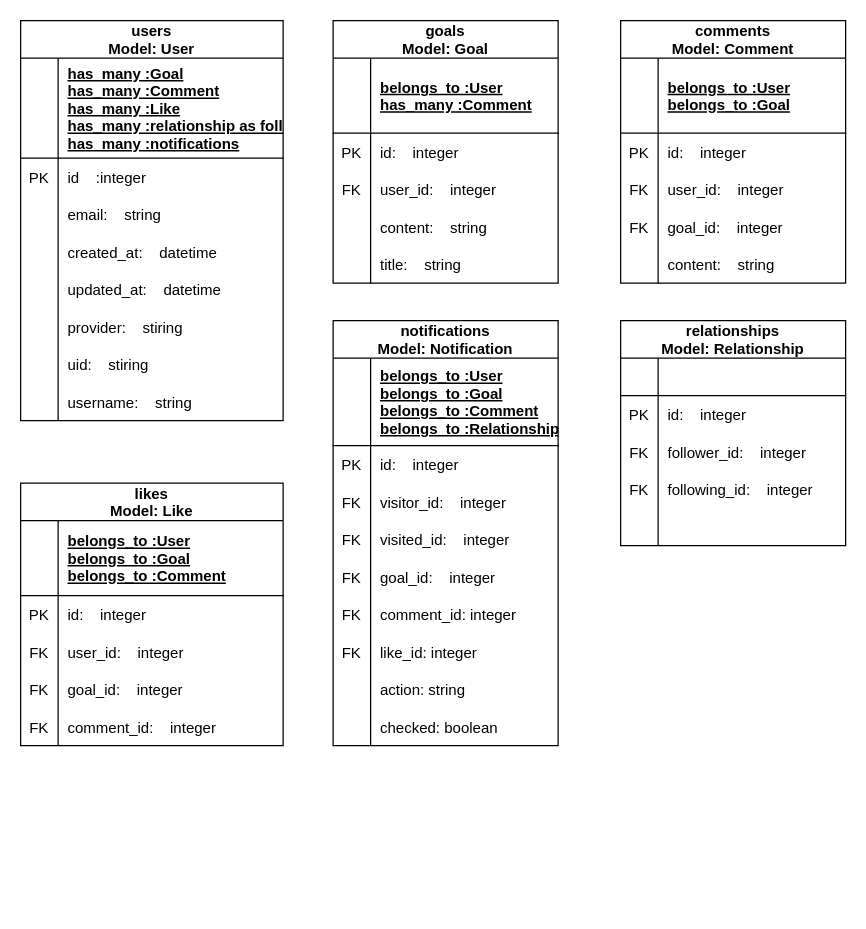
Earlier version of the draw.io diagram er.dio (kisshan62/portfolio_app). Source tidied: cells renumbered, new cells numbered last; positions are measured from the earlier drawing's top-left corner, leaving out a move shared by most shapes. Both pictures are drawn from the tidied source at 125%, with x=0, y=0 at pixel (20, 20).
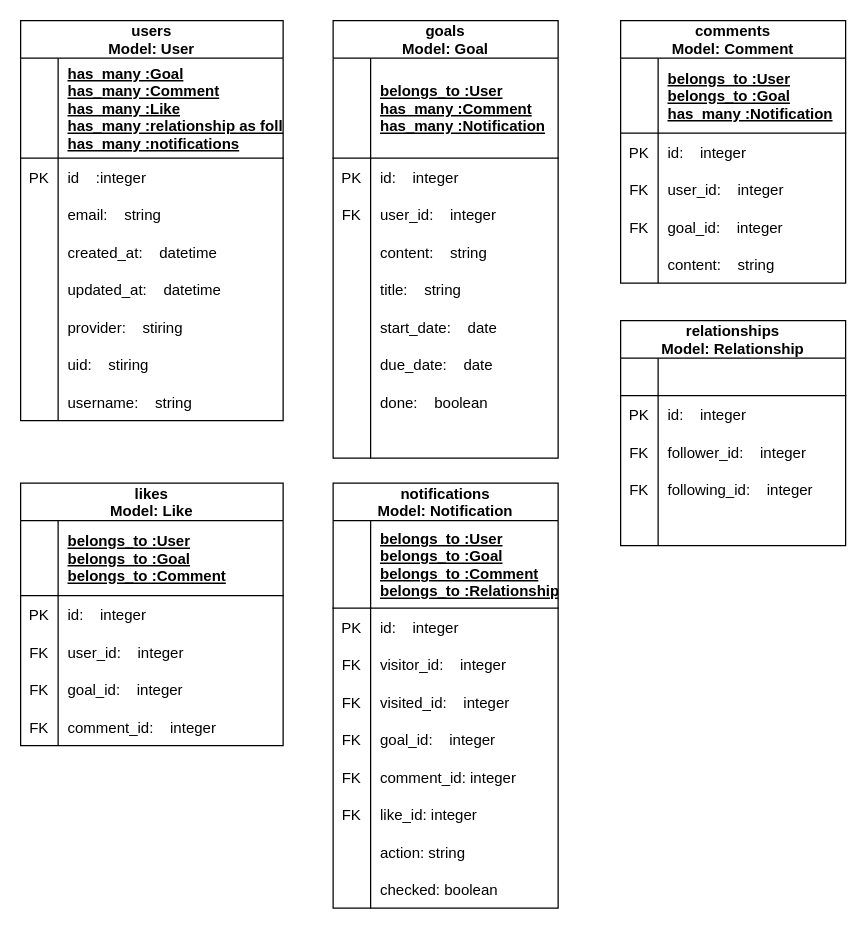
The same page after the edit.

The change refers to these unchanged cells:
```xml
<mxCell id="44" style="shape=partialRectangle;fillColor=none;top=0;left=0;bottom=1;right=0;" parent="43" vertex="1">
  <mxGeometry y="30" width="180" height="60" as="geometry" />
</mxCell>
```

What changed in the source:
```diff
@@
     <mxCell id="2" value="goals&#10;Model: Goal" style="shape=table;startSize=30;childLayout=tableLayout;rowLines=0;fontStyle=1;align=center;" parent="1" vertex="1">
-      <mxGeometry x="250" width="180" height="210" as="geometry" />
+      <mxGeometry x="250" width="180" height="350" as="geometry" />
     </mxCell>
     <mxCell id="3" style="shape=partialRectangle;fillColor=none;top=0;left=0;bottom=1;right=0;" parent="2" vertex="1">
-      <mxGeometry y="30" width="180" height="60" as="geometry" />
+      <mxGeometry y="30" width="180" height="80" as="geometry" />
     </mxCell>
     <mxCell id="4" style="shape=partialRectangle;fillColor=none;top=0;left=0;bottom=0;right=0;fontStyle=1;overflow=hidden;" parent="3" vertex="1">
-      <mxGeometry width="30" height="60" as="geometry" />
+      <mxGeometry width="30" height="80" as="geometry" />
     </mxCell>
-    <mxCell id="5" value="belongs_to :User&#10;has_many :Comment" style="shape=partialRectangle;fillColor=none;top=0;left=0;bottom=0;right=0;align=left;spacingLeft=6;fontStyle=5;overflow=hidden;" parent="3" vertex="1">
-      <mxGeometry x="30" width="150" height="60" as="geometry" />
+    <mxCell id="5" value="belongs_to :User&#10;has_many :Comment&#10;has_many :Notification" style="shape=partialRectangle;fillColor=none;top=0;left=0;bottom=0;right=0;align=left;spacingLeft=6;fontStyle=5;overflow=hidden;" parent="3" vertex="1">
+      <mxGeometry x="30" width="150" height="80" as="geometry" />
     </mxCell>
     <mxCell id="6" style="shape=partialRectangle;fillColor=none;top=0;left=0;bottom=0;right=0;" parent="2" vertex="1">
-      <mxGeometry y="90" width="180" height="30" as="geometry" />
+      <mxGeometry y="110" width="180" height="30" as="geometry" />
     </mxCell>
@@
     <mxCell id="9" style="shape=partialRectangle;fillColor=none;top=0;left=0;bottom=0;right=0;" parent="2" vertex="1">
-      <mxGeometry y="120" width="180" height="30" as="geometry" />
+      <mxGeometry y="140" width="180" height="30" as="geometry" />
     </mxCell>
@@
     <mxCell id="12" style="shape=partialRectangle;fillColor=none;top=0;left=0;bottom=0;right=0;" parent="2" vertex="1">
-      <mxGeometry y="150" width="180" height="30" as="geometry" />
+      <mxGeometry y="170" width="180" height="30" as="geometry" />
     </mxCell>
@@
     <mxCell id="15" style="shape=partialRectangle;fillColor=none;top=0;left=0;bottom=0;right=0;" parent="2" vertex="1">
-      <mxGeometry y="180" width="180" height="30" as="geometry" />
+      <mxGeometry y="200" width="180" height="30" as="geometry" />
     </mxCell>
@@
+    <mxCell id="119" style="shape=partialRectangle;fillColor=none;top=0;left=0;bottom=0;right=0;" parent="2" vertex="1">
+      <mxGeometry y="230" width="180" height="30" as="geometry" />
+    </mxCell>
+    <mxCell id="120" style="shape=partialRectangle;fillColor=none;top=0;left=0;bottom=0;right=0;overflow=hidden;" parent="119" vertex="1">
+      <mxGeometry width="30" height="30" as="geometry" />
+    </mxCell>
+    <mxCell id="121" value="start_date:    date" style="shape=partialRectangle;fillColor=none;top=0;left=0;bottom=0;right=0;align=left;spacingLeft=6;overflow=hidden;" parent="119" vertex="1">
+      <mxGeometry x="30" width="150" height="30" as="geometry" />
+    </mxCell>
+    <mxCell id="122" style="shape=partialRectangle;fillColor=none;top=0;left=0;bottom=0;right=0;" parent="2" vertex="1">
+      <mxGeometry y="260" width="180" height="30" as="geometry" />
+    </mxCell>
+    <mxCell id="123" style="shape=partialRectangle;fillColor=none;top=0;left=0;bottom=0;right=0;overflow=hidden;" parent="122" vertex="1">
+      <mxGeometry width="30" height="30" as="geometry" />
+    </mxCell>
+    <mxCell id="124" value="due_date:    date" style="shape=partialRectangle;fillColor=none;top=0;left=0;bottom=0;right=0;align=left;spacingLeft=6;overflow=hidden;" parent="122" vertex="1">
+      <mxGeometry x="30" width="150" height="30" as="geometry" />
+    </mxCell>
+    <mxCell id="125" style="shape=partialRectangle;fillColor=none;top=0;left=0;bottom=0;right=0;" parent="2" vertex="1">
+      <mxGeometry y="290" width="180" height="30" as="geometry" />
+    </mxCell>
+    <mxCell id="126" style="shape=partialRectangle;fillColor=none;top=0;left=0;bottom=0;right=0;overflow=hidden;" parent="125" vertex="1">
+      <mxGeometry width="30" height="30" as="geometry" />
+    </mxCell>
+    <mxCell id="127" value="done:    boolean" style="shape=partialRectangle;fillColor=none;top=0;left=0;bottom=0;right=0;align=left;spacingLeft=6;overflow=hidden;" parent="125" vertex="1">
+      <mxGeometry x="30" width="150" height="30" as="geometry" />
+    </mxCell>
+    <mxCell id="128" style="shape=partialRectangle;fillColor=none;top=0;left=0;bottom=0;right=0;" parent="2" vertex="1">
+      <mxGeometry y="320" width="180" height="30" as="geometry" />
+    </mxCell>
+    <mxCell id="129" style="shape=partialRectangle;fillColor=none;top=0;left=0;bottom=0;right=0;overflow=hidden;" parent="128" vertex="1">
+      <mxGeometry width="30" height="30" as="geometry" />
+    </mxCell>
+    <mxCell id="130" style="shape=partialRectangle;fillColor=none;top=0;left=0;bottom=0;right=0;align=left;spacingLeft=6;overflow=hidden;" parent="128" vertex="1">
+      <mxGeometry x="30" width="150" height="30" as="geometry" />
+    </mxCell>
@@
-    <mxCell id="46" value="belongs_to :User&#10;belongs_to :Goal" style="shape=partialRectangle;fillColor=none;top=0;left=0;bottom=0;right=0;align=left;spacingLeft=6;fontStyle=5;overflow=hidden;" parent="44" vertex="1">
+    <mxCell id="46" value="belongs_to :User&#10;belongs_to :Goal&#10;has_many :Notification" style="shape=partialRectangle;fillColor=none;top=0;left=0;bottom=0;right=0;align=left;spacingLeft=6;fontStyle=5;overflow=hidden;" parent="44" vertex="1">
       <mxGeometry x="30" width="150" height="60" as="geometry" />
     </mxCell>
@@
     <mxCell id="91" value="notifications&#10;Model: Notification" style="shape=table;startSize=30;childLayout=tableLayout;rowLines=0;fontStyle=1;align=center;" parent="1" vertex="1">
-      <mxGeometry x="250" y="240" width="180" height="340" as="geometry" />
+      <mxGeometry x="250" y="370" width="180" height="340" as="geometry" />
     </mxCell>
```
